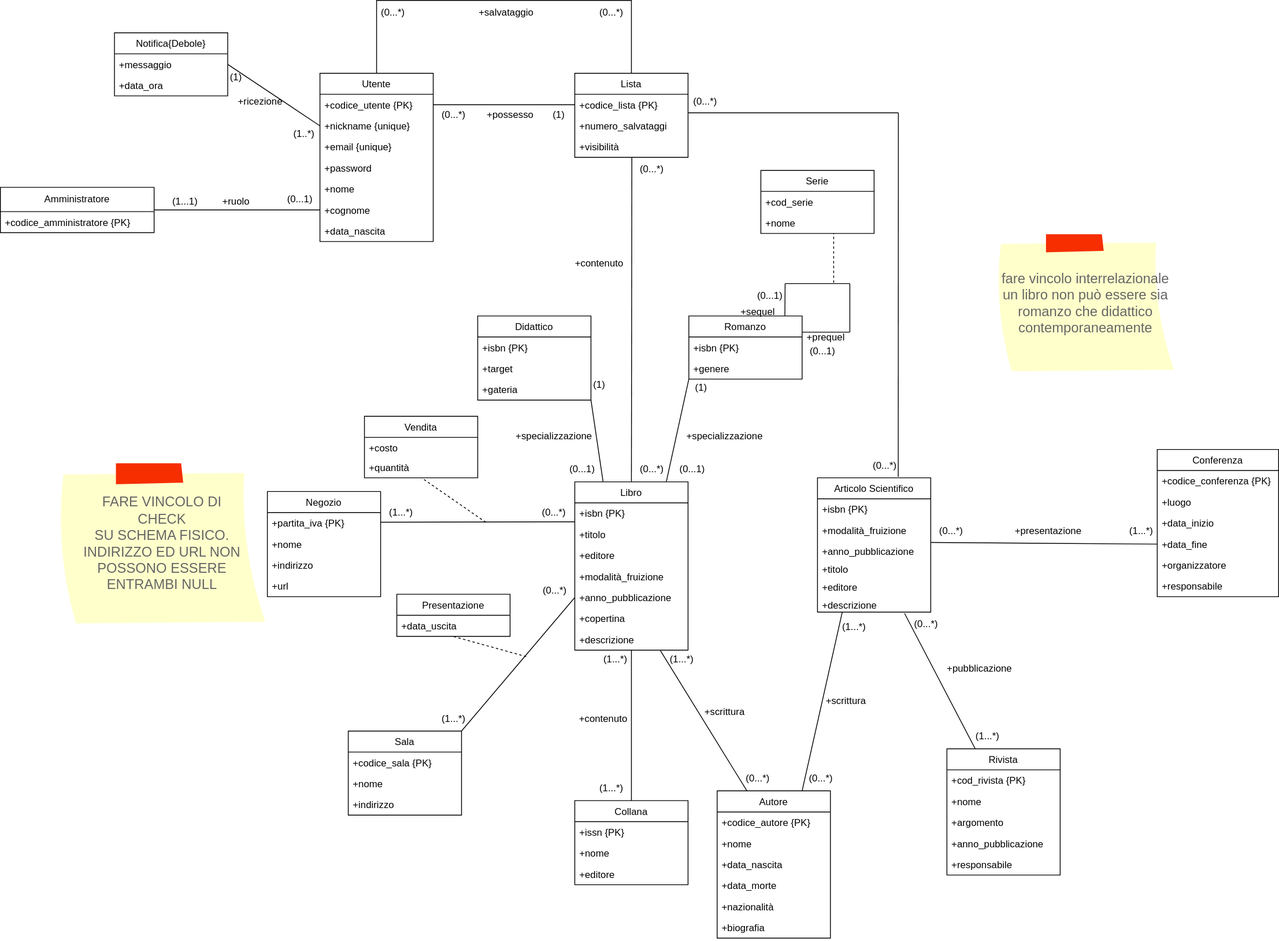
Above: Modello_Concettuale_Ristrutturato.drawio.svg in m3tt0/Progetto_OB_BASI (draw.io), before the change. Source tidied: cells renumbered, new cells last; positions are measured from the earlier drawing's top-left corner, leaving out a move shared by most shapes.
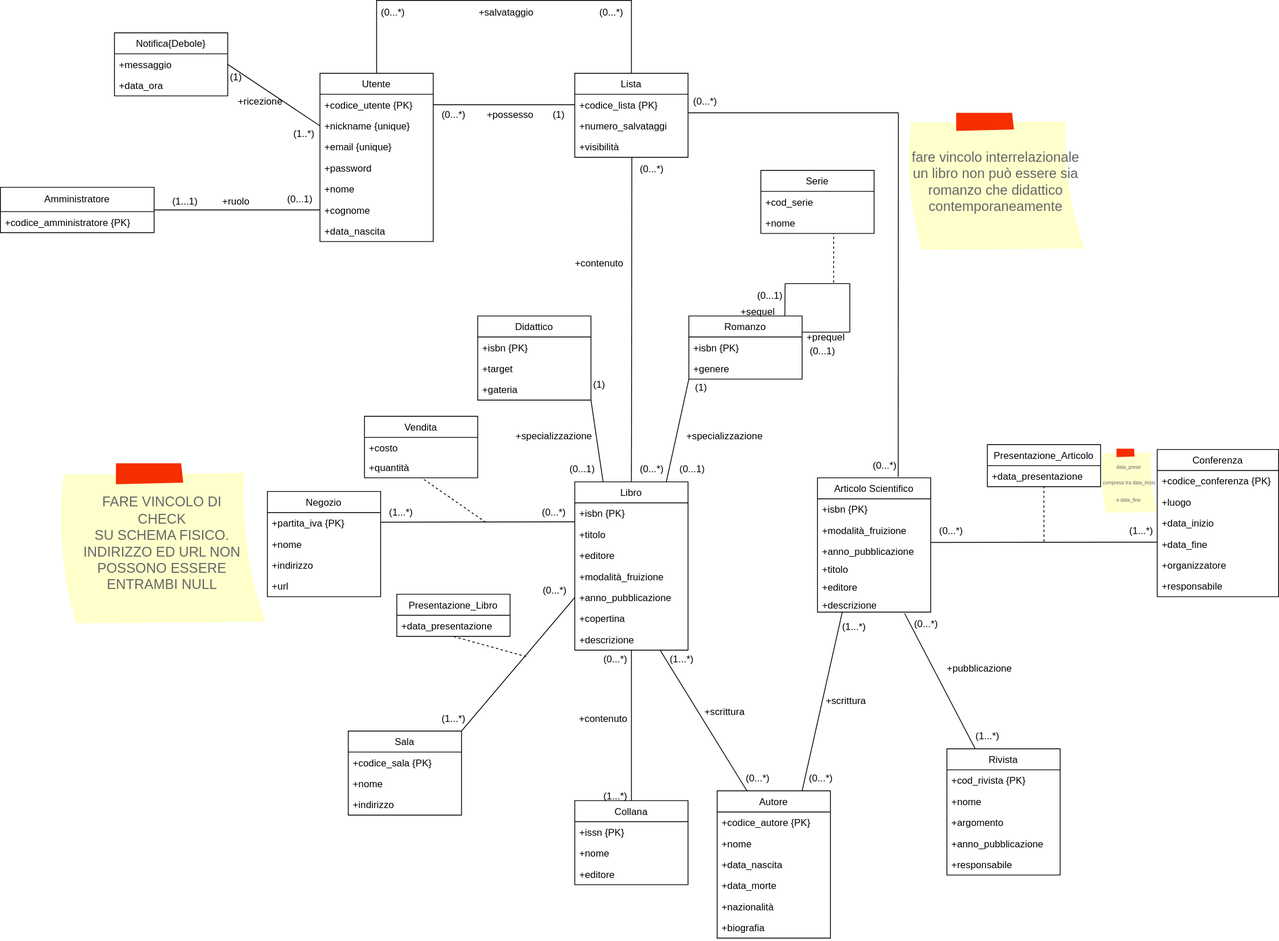
The same diagram one commit later.

The edit, as a diff of the source:
```diff
@@ -113,7 +113,7 @@
     <mxCell id="38" value="+responsabile" style="text;strokeColor=none;fillColor=none;align=left;verticalAlign=top;spacingLeft=4;spacingRight=4;overflow=hidden;" parent="33" vertex="1">
       <mxGeometry y="130" width="140" height="26" as="geometry" />
     </mxCell>
-    <mxCell id="39" style="endArrow=none;html=1;rounded=0;entryX=0;entryY=0.5;entryDx=0;entryDy=0;exitX=1;exitY=0.088;exitDx=0;exitDy=0;exitPerimeter=0;" parent="1" edge="1" source="20" target="6">
+    <mxCell id="39" style="endArrow=none;html=1;rounded=0;entryX=0.893;entryY=0.952;entryDx=0;entryDy=0;exitX=1;exitY=0.088;exitDx=0;exitDy=0;exitPerimeter=0;entryPerimeter=0;" parent="1" edge="1" source="20" target="42">
       <mxGeometry relative="1" as="geometry" />
     </mxCell>
     <mxCell id="40" style="endArrow=none;html=1;rounded=0;entryX=0.25;entryY=0;entryDx=0;entryDy=0;exitX=0.769;exitY=1.073;exitDx=0;exitDy=0;exitPerimeter=0;" parent="1" edge="1" source="23" target="33">
@@ -125,9 +125,6 @@
     <mxCell id="42" value="(1...*)" style="text;html=1;align=center;verticalAlign=middle;points=[];strokeColor=none;fillColor=none;" parent="1" vertex="1">
       <mxGeometry x="1385" y="641" width="50" height="30" as="geometry" />
     </mxCell>
-    <mxCell id="43" value="+presentazione" style="text;html=1;align=center;verticalAlign=middle;strokeColor=none;fillColor=none;" parent="1" vertex="1">
-      <mxGeometry x="1240" y="641" width="110" height="30" as="geometry" />
-    </mxCell>
     <mxCell id="44" value="(0...*)" style="text;html=1;align=center;verticalAlign=middle;strokeColor=none;fillColor=none;rotation=0;" parent="1" vertex="1">
       <mxGeometry x="1118" y="756" width="52" height="30" as="geometry" />
     </mxCell>
@@ -212,9 +209,9 @@
       <mxGeometry y="78" width="140" height="26" as="geometry" />
     </mxCell>
     <mxCell id="71" value="(1...*)" style="text;html=1;align=center;verticalAlign=middle;strokeColor=none;fillColor=none;" parent="1" vertex="1">
-      <mxGeometry x="730" y="959" width="50" height="30" as="geometry" />
+      <mxGeometry x="735" y="969" width="50" height="30" as="geometry" />
     </mxCell>
-    <mxCell id="72" value="(1...*)" style="text;html=1;align=center;verticalAlign=middle;strokeColor=none;fillColor=none;" parent="1" vertex="1">
+    <mxCell id="72" value="(0...*)" style="text;html=1;align=center;verticalAlign=middle;strokeColor=none;fillColor=none;" parent="1" vertex="1">
       <mxGeometry x="735" y="800" width="50" height="30" as="geometry" />
     </mxCell>
     <mxCell id="73" value="+contenuto" style="text;html=1;align=center;verticalAlign=middle;strokeColor=none;fillColor=none;rotation=0;" parent="1" vertex="1">
@@ -241,10 +238,10 @@
     <mxCell id="80" value="(0...*)" style="text;html=1;align=center;verticalAlign=middle;strokeColor=none;fillColor=none;" parent="1" vertex="1">
       <mxGeometry x="660" y="715" width="50" height="30" as="geometry" />
     </mxCell>
-    <mxCell id="81" value="Presentazione" style="swimlane;fontStyle=0;horizontal=1;startSize=26;fillColor=none;" parent="1" vertex="1">
+    <mxCell id="81" value="Presentazione_Libro" style="swimlane;fontStyle=0;horizontal=1;startSize=26;fillColor=none;" parent="1" vertex="1">
       <mxGeometry x="490" y="734" width="140" height="52" as="geometry" />
     </mxCell>
-    <mxCell id="82" value="+data_uscita" style="text;strokeColor=none;fillColor=none;align=left;verticalAlign=top;spacingLeft=4;spacingRight=4;overflow=hidden;points=[[0,0.5],[1,0.5]];portConstraint=eastwest;" parent="81" vertex="1">
+    <mxCell id="82" value="+data_presentazione" style="text;strokeColor=none;fillColor=none;align=left;verticalAlign=top;spacingLeft=4;spacingRight=4;overflow=hidden;points=[[0,0.5],[1,0.5]];portConstraint=eastwest;" parent="81" vertex="1">
       <mxGeometry y="26" width="140" height="26" as="geometry" />
     </mxCell>
     <mxCell id="83" style="endArrow=none;dashed=1;html=1;rounded=0;entryX=0.498;entryY=1.003;entryDx=0;entryDy=0;entryPerimeter=0;" parent="1" edge="1" target="82">
@@ -333,7 +330,7 @@
       <mxGeometry x="835" y="524" width="120" height="30" as="geometry" />
     </mxCell>
     <mxCell id="107" value="fare vincolo interrelazionale&lt;br&gt;un libro non può essere sia romanzo che didattico contemporaneamente" style="strokeWidth=1;shadow=0;dashed=0;align=center;html=1;shape=mxgraph.mockup.text.stickyNote2;fontColor=#666666;mainText=;fontSize=17;whiteSpace=wrap;fillColor=#ffffcc;strokeColor=#F62E00;" parent="1" vertex="1">
-      <mxGeometry x="1230" y="289" width="223" height="171" as="geometry" />
+      <mxGeometry x="1119" y="139" width="223" height="171" as="geometry" />
     </mxCell>
     <mxCell id="108" value="Utente" style="swimlane;fontStyle=0;horizontal=1;startSize=26;fillColor=none;" parent="1" vertex="1">
       <mxGeometry x="395" y="90" width="140" height="208" as="geometry" />
@@ -487,5 +484,22 @@
         <mxPoint x="1030" y="288" as="targetPoint" />
       </mxGeometry>
     </mxCell>
+    <mxCell id="154" style="html=1;align=right;verticalAlign=bottom;" parent="1" vertex="1">
+      <mxGeometry x="1265" y="586" as="geometry" />
+    </mxCell>
+    <mxCell id="155" value="Presentazione_Articolo" style="swimlane;fontStyle=0;horizontal=1;startSize=26;fillColor=none;" parent="1" vertex="1">
+      <mxGeometry x="1220" y="549" width="140" height="52" as="geometry" />
+    </mxCell>
+    <mxCell id="156" value="+data_presentazione" style="text;strokeColor=none;fillColor=none;align=left;verticalAlign=top;spacingLeft=4;spacingRight=4;overflow=hidden;points=[[0,0.5],[1,0.5]];portConstraint=eastwest;" parent="155" vertex="1">
+      <mxGeometry y="26" width="140" height="26" as="geometry" />
+    </mxCell>
+    <mxCell id="157" style="endArrow=none;dashed=1;html=1;rounded=0;entryX=0.499;entryY=1.002;entryDx=0;entryDy=0;entryPerimeter=0;" parent="1" edge="1" target="156">
+      <mxGeometry relative="1" as="geometry">
+        <mxPoint x="1290" y="669" as="sourcePoint" />
+      </mxGeometry>
+    </mxCell>
+    <mxCell id="158" value="&lt;font style=&quot;font-size: 6px;&quot;&gt;data_prese&lt;br&gt;&amp;nbsp;compresa tra data_inizio e data_fine&lt;/font&gt;" style="strokeWidth=1;shadow=0;dashed=0;align=center;html=1;shape=mxgraph.mockup.text.stickyNote2;fontColor=#666666;mainText=;fontSize=17;whiteSpace=wrap;fillColor=#ffffcc;strokeColor=#F62E00;" parent="1" vertex="1">
+      <mxGeometry x="1360" y="554" width="70" height="80" as="geometry" />
+    </mxCell>
   </root>
 </mxGraphModel>
```
